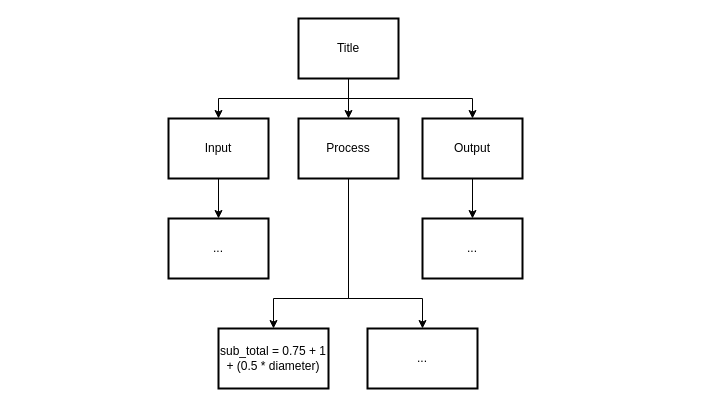
Before: drawio/topDownDesign/topDownDesign.drawio in Aidan-Lalonde-Novales/ICS3U-Assignment4-Python, a draw.io diagram. Source tidied: cells renumbered, new cells numbered last; positions are measured from the earlier drawing's top-left corner, leaving out a move shared by most shapes. Both pictures are drawn from the tidied source at 100%, with x=0, y=0 at pixel (168, 18).
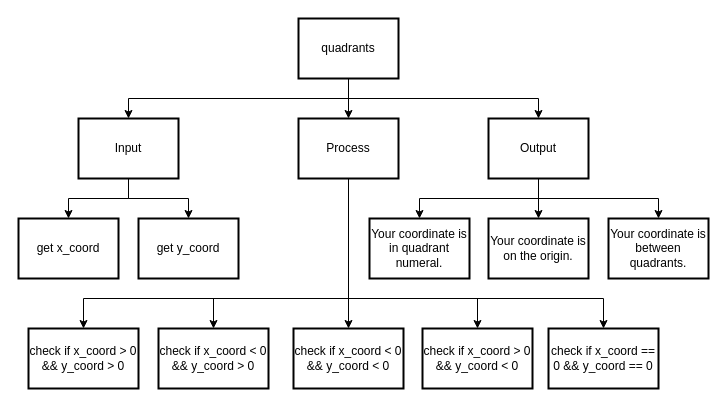
The same page after the edit.

Unchanged cells that the change refers to:
```xml
<mxCell id="4" value="Process" style="rounded=0;whiteSpace=wrap;html=1;absoluteArcSize=1;arcSize=14;strokeWidth=2;" parent="1" vertex="1">
  <mxGeometry x="130" y="100" width="100" height="60" as="geometry" />
</mxCell>
```

The edit, as a diff of the source:
```diff
@@
     <mxCell id="2" style="edgeStyle=none;rounded=0;html=1;exitX=0.5;exitY=1;exitDx=0;exitDy=0;entryX=0.5;entryY=0;entryDx=0;entryDy=0;" parent="1" edge="1" source="4" target="15">
       <mxGeometry relative="1" as="geometry">
         <Array as="points">
           <mxPoint x="180" y="280" />
-          <mxPoint x="105" y="280" />
+          <mxPoint x="-85" y="280" />
         </Array>
       </mxGeometry>
     </mxCell>
     <mxCell id="3" style="edgeStyle=none;rounded=0;html=1;exitX=0.5;exitY=1;exitDx=0;exitDy=0;entryX=0.5;entryY=0;entryDx=0;entryDy=0;" parent="1" edge="1" source="4" target="16">
       <mxGeometry relative="1" as="geometry">
         <Array as="points">
           <mxPoint x="180" y="280" />
-          <mxPoint x="254" y="280" />
         </Array>
       </mxGeometry>
     </mxCell>
+    <mxCell id="17" style="edgeStyle=none;rounded=0;html=1;exitX=0.5;exitY=1;exitDx=0;exitDy=0;entryX=0.5;entryY=0;entryDx=0;entryDy=0;" parent="1" edge="1" source="4" target="24">
+      <mxGeometry relative="1" as="geometry">
+        <Array as="points">
+          <mxPoint x="180" y="280" />
+          <mxPoint x="45" y="280" />
+        </Array>
+      </mxGeometry>
+    </mxCell>
+    <mxCell id="18" style="edgeStyle=none;rounded=0;html=1;exitX=0.5;exitY=1;exitDx=0;exitDy=0;entryX=0.5;entryY=0;entryDx=0;entryDy=0;" parent="1" edge="1" source="4" target="25">
+      <mxGeometry relative="1" as="geometry">
+        <Array as="points">
+          <mxPoint x="180" y="280" />
+          <mxPoint x="309" y="280" />
+        </Array>
+      </mxGeometry>
+    </mxCell>
+    <mxCell id="19" style="edgeStyle=none;rounded=0;html=1;exitX=0.5;exitY=1;exitDx=0;exitDy=0;entryX=0.5;entryY=0;entryDx=0;entryDy=0;" parent="1" edge="1" source="4" target="26">
+      <mxGeometry relative="1" as="geometry">
+        <Array as="points">
+          <mxPoint x="180" y="280" />
+          <mxPoint x="435" y="280" />
+        </Array>
+      </mxGeometry>
+    </mxCell>
@@
     <mxCell id="5" style="edgeStyle=none;html=1;exitX=0.5;exitY=1;exitDx=0;exitDy=0;entryX=0.5;entryY=0;entryDx=0;entryDy=0;rounded=0;" parent="1" edge="1" source="8" target="10">
       <mxGeometry relative="1" as="geometry">
         <Array as="points">
           <mxPoint x="180" y="80" />
-          <mxPoint x="50" y="80" />
+          <mxPoint x="-40" y="80" />
         </Array>
       </mxGeometry>
     </mxCell>
@@
     <mxCell id="7" style="edgeStyle=none;rounded=0;html=1;exitX=0.5;exitY=1;exitDx=0;exitDy=0;entryX=0.5;entryY=0;entryDx=0;entryDy=0;" parent="1" edge="1" source="8" target="12">
       <mxGeometry relative="1" as="geometry">
         <Array as="points">
           <mxPoint x="180" y="80" />
-          <mxPoint x="304" y="80" />
+          <mxPoint x="370" y="80" />
         </Array>
       </mxGeometry>
     </mxCell>
-    <mxCell id="8" value="Title" style="rounded=0;whiteSpace=wrap;html=1;absoluteArcSize=1;arcSize=14;strokeWidth=2;" parent="1" vertex="1">
+    <mxCell id="8" value="quadrants" style="rounded=0;whiteSpace=wrap;html=1;absoluteArcSize=1;arcSize=14;strokeWidth=2;" parent="1" vertex="1">
       <mxGeometry x="130" width="100" height="60" as="geometry" />
     </mxCell>
     <mxCell id="9" style="edgeStyle=none;rounded=0;html=1;exitX=0.5;exitY=1;exitDx=0;exitDy=0;entryX=0.5;entryY=0;entryDx=0;entryDy=0;" parent="1" edge="1" source="10" target="13">
-      <mxGeometry relative="1" as="geometry" />
+      <mxGeometry relative="1" as="geometry">
+        <Array as="points">
+          <mxPoint x="-40" y="180" />
+          <mxPoint x="-100" y="180" />
+        </Array>
+      </mxGeometry>
     </mxCell>
+    <mxCell id="20" style="edgeStyle=none;html=1;exitX=0.5;exitY=1;exitDx=0;exitDy=0;entryX=0.5;entryY=0;entryDx=0;entryDy=0;rounded=0;" parent="1" edge="1" source="10" target="23">
+      <mxGeometry relative="1" as="geometry">
+        <Array as="points">
+          <mxPoint x="-40" y="180" />
+          <mxPoint x="20" y="180" />
+        </Array>
+      </mxGeometry>
+    </mxCell>
     <mxCell id="10" value="Input" style="rounded=0;whiteSpace=wrap;html=1;absoluteArcSize=1;arcSize=14;strokeWidth=2;" parent="1" vertex="1">
-      <mxGeometry y="100" width="100" height="60" as="geometry" />
+      <mxGeometry x="-90" y="100" width="100" height="60" as="geometry" />
     </mxCell>
-    <mxCell id="11" style="edgeStyle=none;rounded=0;html=1;entryX=0.5;entryY=0;entryDx=0;entryDy=0;" parent="1" edge="1" source="12" target="14">
-      <mxGeometry relative="1" as="geometry" />
+    <mxCell id="11" style="edgeStyle=none;rounded=0;html=1;exitX=0.5;exitY=1;exitDx=0;exitDy=0;entryX=0.5;entryY=0;entryDx=0;entryDy=0;" parent="1" edge="1" source="12" target="14">
+      <mxGeometry relative="1" as="geometry">
+        <Array as="points">
+          <mxPoint x="370" y="180" />
+          <mxPoint x="251" y="180" />
+        </Array>
+      </mxGeometry>
     </mxCell>
+    <mxCell id="21" style="edgeStyle=none;rounded=0;html=1;exitX=0.5;exitY=1;exitDx=0;exitDy=0;entryX=0.5;entryY=0;entryDx=0;entryDy=0;" parent="1" edge="1" source="12" target="27">
+      <mxGeometry relative="1" as="geometry" />
+    </mxCell>
+    <mxCell id="22" style="edgeStyle=none;rounded=0;html=1;exitX=0.5;exitY=1;exitDx=0;exitDy=0;entryX=0.5;entryY=0;entryDx=0;entryDy=0;" parent="1" edge="1" source="12" target="28">
+      <mxGeometry relative="1" as="geometry">
+        <Array as="points">
+          <mxPoint x="370" y="180" />
+          <mxPoint x="490" y="180" />
+        </Array>
+      </mxGeometry>
+    </mxCell>
     <mxCell id="12" value="Output" style="rounded=0;whiteSpace=wrap;html=1;absoluteArcSize=1;arcSize=14;strokeWidth=2;" parent="1" vertex="1">
-      <mxGeometry x="254" y="100" width="100" height="60" as="geometry" />
+      <mxGeometry x="320" y="100" width="100" height="60" as="geometry" />
     </mxCell>
-    <mxCell id="13" value="..." style="rounded=0;whiteSpace=wrap;html=1;absoluteArcSize=1;arcSize=14;strokeWidth=2;" parent="1" vertex="1">
-      <mxGeometry y="200" width="100" height="60" as="geometry" />
+    <mxCell id="13" value="get x_coord" style="rounded=0;whiteSpace=wrap;html=1;absoluteArcSize=1;arcSize=14;strokeWidth=2;" parent="1" vertex="1">
+      <mxGeometry x="-150" y="200" width="100" height="60" as="geometry" />
     </mxCell>
-    <mxCell id="14" value="..." style="rounded=0;whiteSpace=wrap;html=1;absoluteArcSize=1;arcSize=14;strokeWidth=2;" parent="1" vertex="1">
-      <mxGeometry x="254" y="200" width="100" height="60" as="geometry" />
+    <mxCell id="14" value="Your coordinate is in quadrant numeral." style="rounded=0;whiteSpace=wrap;html=1;absoluteArcSize=1;arcSize=14;strokeWidth=2;" parent="1" vertex="1">
+      <mxGeometry x="201" y="200" width="100" height="60" as="geometry" />
     </mxCell>
-    <mxCell id="15" value="sub_total = 0.75 + 1 + (0.5 * diameter)" style="rounded=0;whiteSpace=wrap;html=1;absoluteArcSize=1;arcSize=14;strokeWidth=2;" parent="1" vertex="1">
-      <mxGeometry x="50" y="310" width="110" height="60" as="geometry" />
+    <mxCell id="15" value="check if x_coord &amp;gt; 0 &amp;amp;&amp;amp; y_coord &amp;gt; 0" style="rounded=0;whiteSpace=wrap;html=1;absoluteArcSize=1;arcSize=14;strokeWidth=2;" parent="1" vertex="1">
+      <mxGeometry x="-140" y="310" width="110" height="60" as="geometry" />
     </mxCell>
-    <mxCell id="16" value="..." style="rounded=0;whiteSpace=wrap;html=1;absoluteArcSize=1;arcSize=14;strokeWidth=2;" parent="1" vertex="1">
-      <mxGeometry x="199" y="310" width="110" height="60" as="geometry" />
+    <mxCell id="16" value="check if x_coord &amp;lt; 0 &amp;amp;&amp;amp; y_coord &amp;lt; 0" style="rounded=0;whiteSpace=wrap;html=1;absoluteArcSize=1;arcSize=14;strokeWidth=2;" parent="1" vertex="1">
+      <mxGeometry x="125" y="310" width="110" height="60" as="geometry" />
     </mxCell>
+    <mxCell id="23" value="get y_coord" style="rounded=0;whiteSpace=wrap;html=1;absoluteArcSize=1;arcSize=14;strokeWidth=2;" parent="1" vertex="1">
+      <mxGeometry x="-30" y="200" width="100" height="60" as="geometry" />
+    </mxCell>
+    <mxCell id="24" value="check if x_coord &amp;lt; 0 &amp;amp;&amp;amp; y_coord &amp;gt; 0" style="rounded=0;whiteSpace=wrap;html=1;absoluteArcSize=1;arcSize=14;strokeWidth=2;" parent="1" vertex="1">
+      <mxGeometry x="-10" y="310" width="110" height="60" as="geometry" />
+    </mxCell>
+    <mxCell id="25" value="check if x_coord &amp;gt; 0 &amp;amp;&amp;amp; y_coord &amp;lt; 0" style="rounded=0;whiteSpace=wrap;html=1;absoluteArcSize=1;arcSize=14;strokeWidth=2;" parent="1" vertex="1">
+      <mxGeometry x="254" y="310" width="110" height="60" as="geometry" />
+    </mxCell>
+    <mxCell id="26" value="check if x_coord == 0 &amp;amp;&amp;amp; y_coord == 0" style="rounded=0;whiteSpace=wrap;html=1;absoluteArcSize=1;arcSize=14;strokeWidth=2;" parent="1" vertex="1">
+      <mxGeometry x="380" y="310" width="110" height="60" as="geometry" />
+    </mxCell>
+    <mxCell id="27" value="Your coordinate is on the origin." style="rounded=0;whiteSpace=wrap;html=1;absoluteArcSize=1;arcSize=14;strokeWidth=2;" parent="1" vertex="1">
+      <mxGeometry x="320" y="200" width="100" height="60" as="geometry" />
+    </mxCell>
+    <mxCell id="28" value="Your coordinate is between quadrants." style="rounded=0;whiteSpace=wrap;html=1;absoluteArcSize=1;arcSize=14;strokeWidth=2;" parent="1" vertex="1">
+      <mxGeometry x="440" y="200" width="100" height="60" as="geometry" />
+    </mxCell>
```
